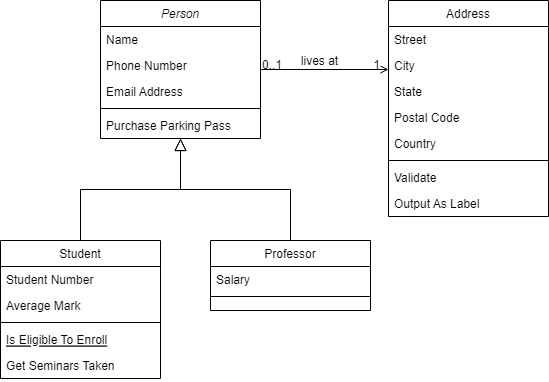
Above: 类图.drawio.png in Lazy-Guys/Image (draw.io), before the change. Source tidied: cells renumbered, new cells last; positions are measured from the earlier drawing's top-left corner, leaving out a move shared by most shapes.
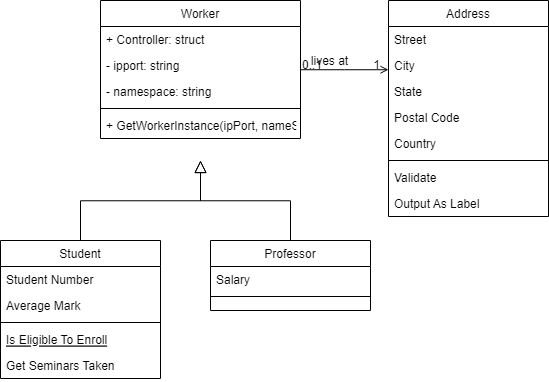
Above is the later version.

Change to the diagram source:
```diff
@@ -2,23 +2,23 @@
   <root>
     <mxCell id="0" />
     <mxCell id="1" parent="0" />
-    <mxCell id="2" value="Person" style="swimlane;fontStyle=2;align=center;verticalAlign=top;horizontal=1;startSize=26;rounded=0;shadow=0;strokeWidth=1;" parent="1" vertex="1">
-      <mxGeometry x="100" width="160" height="138" as="geometry" />
+    <mxCell id="2" value="Worker" style="swimlane;fontStyle=0;align=center;verticalAlign=top;horizontal=1;startSize=26;rounded=0;shadow=0;strokeWidth=1;" parent="1" vertex="1">
+      <mxGeometry x="100" width="200" height="138" as="geometry" />
     </mxCell>
-    <mxCell id="3" value="Name" style="text;align=left;verticalAlign=top;spacingLeft=4;spacingRight=4;overflow=hidden;" parent="2" vertex="1">
-      <mxGeometry y="26" width="160" height="26" as="geometry" />
+    <mxCell id="3" value="+ Controller: struct" style="text;align=left;verticalAlign=top;spacingLeft=4;spacingRight=4;overflow=hidden;" parent="2" vertex="1">
+      <mxGeometry y="26" width="200" height="26" as="geometry" />
     </mxCell>
-    <mxCell id="4" value="Phone Number" style="text;align=left;verticalAlign=top;spacingLeft=4;spacingRight=4;overflow=hidden;rounded=0;shadow=0;html=0;" parent="2" vertex="1">
-      <mxGeometry y="52" width="160" height="26" as="geometry" />
+    <mxCell id="4" value="- ipport: string" style="text;align=left;verticalAlign=top;spacingLeft=4;spacingRight=4;overflow=hidden;rounded=0;shadow=0;html=0;" parent="2" vertex="1">
+      <mxGeometry y="52" width="200" height="26" as="geometry" />
     </mxCell>
-    <mxCell id="5" value="Email Address" style="text;align=left;verticalAlign=top;spacingLeft=4;spacingRight=4;overflow=hidden;rounded=0;shadow=0;html=0;" parent="2" vertex="1">
-      <mxGeometry y="78" width="160" height="26" as="geometry" />
+    <mxCell id="5" value="- namespace: string" style="text;align=left;verticalAlign=top;spacingLeft=4;spacingRight=4;overflow=hidden;rounded=0;shadow=0;html=0;" parent="2" vertex="1">
+      <mxGeometry y="78" width="200" height="26" as="geometry" />
     </mxCell>
     <mxCell id="6" style="line;html=1;strokeWidth=1;align=left;verticalAlign=middle;spacingTop=-1;spacingLeft=3;spacingRight=3;labelPosition=right;" parent="2" vertex="1">
-      <mxGeometry y="104" width="160" height="8" as="geometry" />
+      <mxGeometry y="104" width="200" height="8" as="geometry" />
     </mxCell>
-    <mxCell id="7" value="Purchase Parking Pass" style="text;align=left;verticalAlign=top;spacingLeft=4;spacingRight=4;overflow=hidden;" parent="2" vertex="1">
-      <mxGeometry y="112" width="160" height="26" as="geometry" />
+    <mxCell id="7" value="+ GetWorkerInstance(ipPort, nameSpace, confPath): *Worker" style="text;align=left;verticalAlign=top;spacingLeft=4;spacingRight=4;overflow=hidden;" parent="2" vertex="1">
+      <mxGeometry y="112" width="200" height="26" as="geometry" />
     </mxCell>
     <mxCell id="8" value="Student" style="swimlane;fontStyle=0;align=center;verticalAlign=top;horizontal=1;startSize=26;rounded=0;shadow=0;strokeWidth=1;" parent="1" vertex="1">
       <mxGeometry y="240" width="160" height="138" as="geometry" />
@@ -38,8 +38,10 @@
     <mxCell id="13" value="Get Seminars Taken" style="text;align=left;verticalAlign=top;spacingLeft=4;spacingRight=4;overflow=hidden;" parent="8" vertex="1">
       <mxGeometry y="112" width="160" height="26" as="geometry" />
     </mxCell>
-    <mxCell id="14" style="endArrow=block;endSize=10;endFill=0;shadow=0;strokeWidth=1;rounded=0;edgeStyle=elbowEdgeStyle;elbow=vertical;" parent="1" edge="1" source="8" target="2">
-      <mxGeometry relative="1" as="geometry" />
+    <mxCell id="14" style="endArrow=block;endSize=10;endFill=0;shadow=0;strokeWidth=1;rounded=0;edgeStyle=elbowEdgeStyle;elbow=vertical;" parent="1" edge="1" source="8">
+      <mxGeometry relative="1" as="geometry">
+        <mxPoint x="200" y="160" as="targetPoint" />
+      </mxGeometry>
     </mxCell>
     <mxCell id="15" value="Professor" style="swimlane;fontStyle=0;align=center;verticalAlign=top;horizontal=1;startSize=26;rounded=0;shadow=0;strokeWidth=1;" parent="1" vertex="1">
       <mxGeometry x="210" y="240" width="160" height="70" as="geometry" />
@@ -50,8 +52,10 @@
     <mxCell id="17" style="line;html=1;strokeWidth=1;align=left;verticalAlign=middle;spacingTop=-1;spacingLeft=3;spacingRight=3;labelPosition=right;" parent="15" vertex="1">
       <mxGeometry y="52" width="160" height="8" as="geometry" />
     </mxCell>
-    <mxCell id="18" style="endArrow=block;endSize=10;endFill=0;shadow=0;strokeWidth=1;rounded=0;edgeStyle=elbowEdgeStyle;elbow=vertical;" parent="1" edge="1" source="15" target="2">
-      <mxGeometry relative="1" as="geometry" />
+    <mxCell id="18" style="endArrow=block;endSize=10;endFill=0;shadow=0;strokeWidth=1;rounded=0;edgeStyle=elbowEdgeStyle;elbow=vertical;" parent="1" edge="1" source="15">
+      <mxGeometry relative="1" as="geometry">
+        <mxPoint x="200" y="160" as="targetPoint" />
+      </mxGeometry>
     </mxCell>
     <mxCell id="19" value="Address" style="swimlane;fontStyle=0;align=center;verticalAlign=top;horizontal=1;startSize=26;rounded=0;shadow=0;strokeWidth=1;" parent="1" vertex="1">
       <mxGeometry x="388" width="160" height="216" as="geometry" />
```
